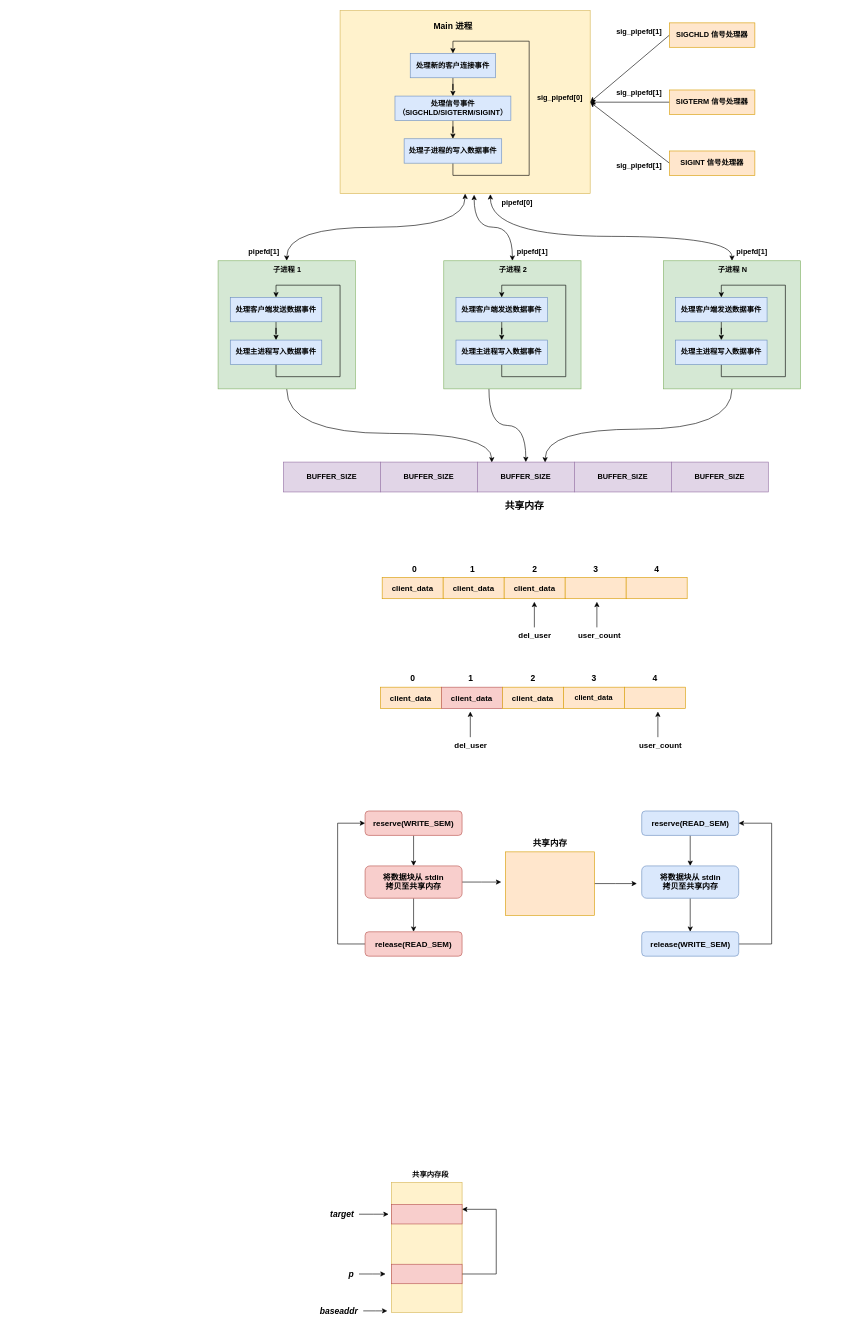
Before: 网络编程/服务器端编程/System_V_IPC_之共享内存_static/System V IPC.drawio in xuweilin2014/tech-blog, a draw.io diagram. Source tidied: cells renumbered, new cells numbered last; positions are measured from the earlier drawing's top-left corner, leaving out a move shared by most shapes. Both pictures are drawn from the tidied source at 61%, with x=0, y=0 at pixel (218, 10).
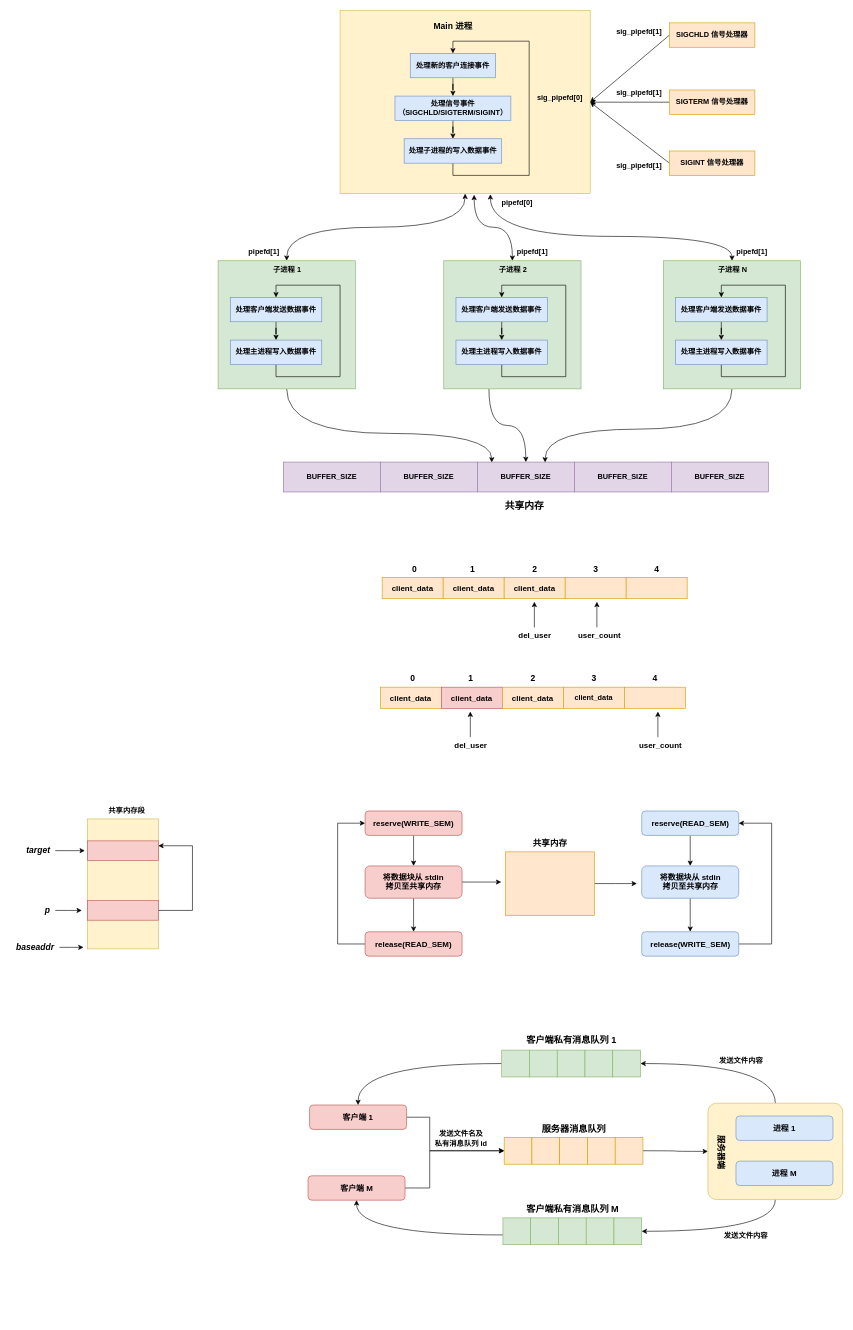
Above is the later version.

Commit message (it also covers changes not shown here):
System V IPC 之消息队列

What changed in the source:
```diff
@@
     <mxCell id="98" style="rounded=0;whiteSpace=wrap;html=1;fillColor=#fff2cc;strokeColor=#d6b656;" parent="1" vertex="1">
-      <mxGeometry x="284" y="1921" width="116" height="213" as="geometry" />
+      <mxGeometry x="-214" y="1325" width="116" height="213" as="geometry" />
     </mxCell>
     <mxCell id="99" style="rounded=0;whiteSpace=wrap;html=1;fillColor=#f8cecc;strokeColor=#b85450;" parent="1" vertex="1">
-      <mxGeometry x="284" y="1957" width="116" height="32" as="geometry" />
+      <mxGeometry x="-214" y="1361" width="116" height="32" as="geometry" />
     </mxCell>
     <mxCell id="100" style="edgeStyle=orthogonalEdgeStyle;rounded=0;jettySize=auto;html=1;entryX=1;entryY=0.25;entryDx=0;entryDy=0;" parent="1" edge="1" source="101" target="99">
       <mxGeometry relative="1" as="geometry">
         <Array as="points">
-          <mxPoint x="456" y="2071" />
-          <mxPoint x="456" y="1965" />
+          <mxPoint x="-42" y="1475" />
+          <mxPoint x="-42" y="1369" />
         </Array>
       </mxGeometry>
     </mxCell>
     <mxCell id="101" style="rounded=0;whiteSpace=wrap;html=1;fillColor=#f8cecc;strokeColor=#b85450;" parent="1" vertex="1">
-      <mxGeometry x="284" y="2055" width="116" height="32" as="geometry" />
+      <mxGeometry x="-214" y="1459" width="116" height="32" as="geometry" />
     </mxCell>
     <mxCell id="102" style="edgeStyle=orthogonalEdgeStyle;rounded=0;jettySize=auto;html=1;" parent="1" edge="1" source="103">
       <mxGeometry relative="1" as="geometry">
-        <mxPoint x="277.4" y="2131.5" as="targetPoint" />
+        <mxPoint x="-220.6" y="1535.5" as="targetPoint" />
       </mxGeometry>
     </mxCell>
     <mxCell id="103" value="&lt;font style=&quot;font-size: 14px;&quot;&gt;&lt;b&gt;&lt;i&gt;baseaddr&lt;/i&gt;&lt;/b&gt;&lt;/font&gt;" style="text;html=1;align=center;verticalAlign=middle;points=[];strokeColor=none;fillColor=none;" parent="1" vertex="1">
-      <mxGeometry x="158" y="2117" width="80" height="29" as="geometry" />
+      <mxGeometry x="-340" y="1521" width="80" height="29" as="geometry" />
     </mxCell>
     <mxCell id="104" style="edgeStyle=orthogonalEdgeStyle;rounded=0;jettySize=auto;html=1;" parent="1" edge="1" source="105">
       <mxGeometry relative="1" as="geometry">
-        <mxPoint x="274.6" y="2071" as="targetPoint" />
+        <mxPoint x="-223.4" y="1475" as="targetPoint" />
       </mxGeometry>
     </mxCell>
     <mxCell id="105" value="&lt;font style=&quot;font-size: 14px;&quot;&gt;&lt;b&gt;&lt;i&gt;p&lt;/i&gt;&lt;/b&gt;&lt;/font&gt;" style="text;html=1;align=center;verticalAlign=middle;points=[];strokeColor=none;fillColor=none;" parent="1" vertex="1">
-      <mxGeometry x="204" y="2056.5" width="27" height="29" as="geometry" />
+      <mxGeometry x="-294" y="1460.5" width="27" height="29" as="geometry" />
     </mxCell>
     <mxCell id="106" style="edgeStyle=orthogonalEdgeStyle;rounded=0;jettySize=auto;html=1;" parent="1" edge="1" source="107">
       <mxGeometry relative="1" as="geometry">
-        <mxPoint x="279.6" y="1973" as="targetPoint" />
+        <mxPoint x="-218.4" y="1377" as="targetPoint" />
       </mxGeometry>
     </mxCell>
     <mxCell id="107" value="&lt;font style=&quot;font-size: 14px;&quot;&gt;&lt;b&gt;&lt;i&gt;target&lt;/i&gt;&lt;/b&gt;&lt;/font&gt;" style="text;html=1;align=center;verticalAlign=middle;points=[];strokeColor=none;fillColor=none;" parent="1" vertex="1">
-      <mxGeometry x="174" y="1958.5" width="57" height="29" as="geometry" />
+      <mxGeometry x="-324" y="1362.5" width="57" height="29" as="geometry" />
     </mxCell>
     <mxCell id="108" value="&lt;b&gt;共享内存段&lt;/b&gt;" style="text;html=1;align=center;verticalAlign=middle;strokeColor=none;fillColor=none;" parent="1" vertex="1">
-      <mxGeometry x="309" y="1895" width="78" height="26" as="geometry" />
+      <mxGeometry x="-189" y="1299" width="78" height="26" as="geometry" />
     </mxCell>
+    <mxCell id="109" style="edgeStyle=orthogonalEdgeStyle;rounded=0;jettySize=auto;html=1;entryX=0;entryY=0.5;entryDx=0;entryDy=0;" parent="1" edge="1" source="110" target="113">
+      <mxGeometry relative="1" as="geometry">
+        <Array as="points">
+          <mxPoint x="347" y="1814" />
+          <mxPoint x="347" y="1869" />
+        </Array>
+      </mxGeometry>
+    </mxCell>
+    <mxCell id="110" value="&lt;b&gt;&lt;font style=&quot;font-size: 13px;&quot;&gt;客户端 1&lt;/font&gt;&lt;/b&gt;" style="rounded=1;whiteSpace=wrap;html=1;fillColor=#f8cecc;strokeColor=#b85450;" parent="1" vertex="1">
+      <mxGeometry x="150" y="1794" width="159" height="40" as="geometry" />
+    </mxCell>
+    <mxCell id="111" style="edgeStyle=orthogonalEdgeStyle;rounded=0;jettySize=auto;html=1;entryX=0;entryY=0.5;entryDx=0;entryDy=0;" parent="1" edge="1" source="112" target="113">
+      <mxGeometry relative="1" as="geometry">
+        <Array as="points">
+          <mxPoint x="347" y="1930" />
+          <mxPoint x="347" y="1869" />
+        </Array>
+      </mxGeometry>
+    </mxCell>
+    <mxCell id="112" value="&lt;b&gt;&lt;font style=&quot;font-size: 13px;&quot;&gt;客户端 M&lt;/font&gt;&lt;/b&gt;" style="rounded=1;whiteSpace=wrap;html=1;fillColor=#f8cecc;strokeColor=#b85450;" parent="1" vertex="1">
+      <mxGeometry x="147.5" y="1910" width="159" height="40" as="geometry" />
+    </mxCell>
+    <mxCell id="113" style="rounded=0;whiteSpace=wrap;html=1;fillColor=#ffe6cc;strokeColor=#d79b00;" parent="1" vertex="1">
+      <mxGeometry x="469" y="1847" width="45.5" height="44" as="geometry" />
+    </mxCell>
+    <mxCell id="114" style="rounded=0;whiteSpace=wrap;html=1;fillColor=#ffe6cc;strokeColor=#d79b00;" parent="1" vertex="1">
+      <mxGeometry x="514.5" y="1847" width="45.5" height="44" as="geometry" />
+    </mxCell>
+    <mxCell id="115" style="rounded=0;whiteSpace=wrap;html=1;fillColor=#ffe6cc;strokeColor=#d79b00;" parent="1" vertex="1">
+      <mxGeometry x="560" y="1847" width="45.5" height="44" as="geometry" />
+    </mxCell>
+    <mxCell id="116" style="rounded=0;whiteSpace=wrap;html=1;fillColor=#ffe6cc;strokeColor=#d79b00;" parent="1" vertex="1">
+      <mxGeometry x="605.5" y="1847" width="45.5" height="44" as="geometry" />
+    </mxCell>
+    <mxCell id="117" style="edgeStyle=orthogonalEdgeStyle;rounded=0;jettySize=auto;html=1;entryX=0;entryY=0.5;entryDx=0;entryDy=0;curved=1;" parent="1" edge="1" source="118" target="122">
+      <mxGeometry relative="1" as="geometry" />
+    </mxCell>
+    <mxCell id="118" style="rounded=0;whiteSpace=wrap;html=1;fillColor=#ffe6cc;strokeColor=#d79b00;" parent="1" vertex="1">
+      <mxGeometry x="651" y="1847" width="45.5" height="44" as="geometry" />
+    </mxCell>
+    <mxCell id="119" value="&lt;b&gt;&lt;font style=&quot;font-size: 15px;&quot;&gt;服务器消息队列&lt;/font&gt;&lt;/b&gt;" style="text;html=1;align=center;verticalAlign=middle;strokeColor=none;fillColor=none;" parent="1" vertex="1">
+      <mxGeometry x="521.2" y="1817" width="123" height="30" as="geometry" />
+    </mxCell>
+    <mxCell id="120" style="edgeStyle=orthogonalEdgeStyle;rounded=0;jettySize=auto;html=1;entryX=1;entryY=0.5;entryDx=0;entryDy=0;curved=1;exitX=0.5;exitY=0;exitDx=0;exitDy=0;" parent="1" edge="1" source="122" target="129">
+      <mxGeometry relative="1" as="geometry" />
+    </mxCell>
+    <mxCell id="121" style="edgeStyle=orthogonalEdgeStyle;rounded=0;jettySize=auto;html=1;entryX=1;entryY=0.5;entryDx=0;entryDy=0;curved=1;exitX=0.5;exitY=1;exitDx=0;exitDy=0;" parent="1" edge="1" source="122" target="135">
+      <mxGeometry relative="1" as="geometry" />
+    </mxCell>
+    <mxCell id="122" style="rounded=1;whiteSpace=wrap;html=1;fillColor=#fff2cc;strokeColor=#d6b656;arcSize=9;" parent="1" vertex="1">
+      <mxGeometry x="803" y="1791" width="221" height="158" as="geometry" />
+    </mxCell>
+    <mxCell id="123" value="&lt;b&gt;发送文件名及&lt;br&gt;私有消息队列 id&lt;/b&gt;" style="text;html=1;align=center;verticalAlign=middle;strokeColor=none;fillColor=none;" parent="1" vertex="1">
+      <mxGeometry x="345.5" y="1828" width="104" height="41" as="geometry" />
+    </mxCell>
+    <mxCell id="124" style="edgeStyle=orthogonalEdgeStyle;rounded=0;jettySize=auto;html=1;entryX=0.5;entryY=0;entryDx=0;entryDy=0;curved=1;" parent="1" edge="1" source="125" target="110">
+      <mxGeometry relative="1" as="geometry" />
+    </mxCell>
+    <mxCell id="125" style="rounded=0;whiteSpace=wrap;html=1;fillColor=#d5e8d4;strokeColor=#82b366;" parent="1" vertex="1">
+      <mxGeometry x="465" y="1704" width="45.5" height="44" as="geometry" />
+    </mxCell>
+    <mxCell id="126" style="rounded=0;whiteSpace=wrap;html=1;fillColor=#d5e8d4;strokeColor=#82b366;" parent="1" vertex="1">
+      <mxGeometry x="510.5" y="1704" width="45.5" height="44" as="geometry" />
+    </mxCell>
+    <mxCell id="127" style="rounded=0;whiteSpace=wrap;html=1;fillColor=#d5e8d4;strokeColor=#82b366;" parent="1" vertex="1">
+      <mxGeometry x="556" y="1704" width="45.5" height="44" as="geometry" />
+    </mxCell>
+    <mxCell id="128" style="rounded=0;whiteSpace=wrap;html=1;fillColor=#d5e8d4;strokeColor=#82b366;" parent="1" vertex="1">
+      <mxGeometry x="601.5" y="1704" width="45.5" height="44" as="geometry" />
+    </mxCell>
+    <mxCell id="129" style="rounded=0;whiteSpace=wrap;html=1;fillColor=#d5e8d4;strokeColor=#82b366;" parent="1" vertex="1">
+      <mxGeometry x="647" y="1704" width="45.5" height="44" as="geometry" />
+    </mxCell>
+    <mxCell id="130" style="edgeStyle=orthogonalEdgeStyle;rounded=0;jettySize=auto;html=1;entryX=0.5;entryY=1;entryDx=0;entryDy=0;curved=1;" parent="1" edge="1" source="131" target="112">
+      <mxGeometry relative="1" as="geometry">
+        <Array as="points">
+          <mxPoint x="227" y="2007" />
+        </Array>
+      </mxGeometry>
+    </mxCell>
+    <mxCell id="131" style="rounded=0;whiteSpace=wrap;html=1;fillColor=#d5e8d4;strokeColor=#82b366;" parent="1" vertex="1">
+      <mxGeometry x="467" y="1979" width="45.5" height="44" as="geometry" />
+    </mxCell>
+    <mxCell id="132" style="rounded=0;whiteSpace=wrap;html=1;fillColor=#d5e8d4;strokeColor=#82b366;" parent="1" vertex="1">
+      <mxGeometry x="512.5" y="1979" width="45.5" height="44" as="geometry" />
+    </mxCell>
+    <mxCell id="133" style="rounded=0;whiteSpace=wrap;html=1;fillColor=#d5e8d4;strokeColor=#82b366;" parent="1" vertex="1">
+      <mxGeometry x="558" y="1979" width="45.5" height="44" as="geometry" />
+    </mxCell>
+    <mxCell id="134" style="rounded=0;whiteSpace=wrap;html=1;fillColor=#d5e8d4;strokeColor=#82b366;" parent="1" vertex="1">
+      <mxGeometry x="603.5" y="1979" width="45.5" height="44" as="geometry" />
+    </mxCell>
+    <mxCell id="135" style="rounded=0;whiteSpace=wrap;html=1;fillColor=#d5e8d4;strokeColor=#82b366;" parent="1" vertex="1">
+      <mxGeometry x="649" y="1979" width="45.5" height="44" as="geometry" />
+    </mxCell>
+    <mxCell id="136" value="&lt;b&gt;发送文件内容&lt;/b&gt;" style="text;html=1;align=center;verticalAlign=middle;strokeColor=none;fillColor=none;" parent="1" vertex="1">
+      <mxGeometry x="820" y="1995" width="90" height="26" as="geometry" />
+    </mxCell>
+    <mxCell id="137" value="&lt;b&gt;发送文件内容&lt;/b&gt;" style="text;html=1;align=center;verticalAlign=middle;strokeColor=none;fillColor=none;" parent="1" vertex="1">
+      <mxGeometry x="812" y="1708" width="90" height="26" as="geometry" />
+    </mxCell>
+    <mxCell id="138" value="&lt;b&gt;&lt;font style=&quot;font-size: 15px;&quot;&gt;客户端私有消息队列 M&lt;/font&gt;&lt;/b&gt;" style="text;html=1;align=center;verticalAlign=middle;strokeColor=none;fillColor=none;" parent="1" vertex="1">
+      <mxGeometry x="496.2" y="1949" width="170" height="30" as="geometry" />
+    </mxCell>
+    <mxCell id="139" value="&lt;b&gt;&lt;font style=&quot;font-size: 15px;&quot;&gt;客户端私有消息队列 1&lt;/font&gt;&lt;/b&gt;" style="text;html=1;align=center;verticalAlign=middle;strokeColor=none;fillColor=none;" parent="1" vertex="1">
+      <mxGeometry x="495.8" y="1672" width="166" height="30" as="geometry" />
+    </mxCell>
+    <mxCell id="140" value="&lt;b&gt;&lt;font style=&quot;font-size: 13px;&quot;&gt;进程 1&lt;/font&gt;&lt;/b&gt;" style="rounded=1;whiteSpace=wrap;html=1;fillColor=#dae8fc;strokeColor=#6c8ebf;" parent="1" vertex="1">
+      <mxGeometry x="849" y="1812" width="159" height="40" as="geometry" />
+    </mxCell>
+    <mxCell id="141" value="&lt;b&gt;&lt;font style=&quot;font-size: 13px;&quot;&gt;进程 M&lt;/font&gt;&lt;/b&gt;" style="rounded=1;whiteSpace=wrap;html=1;fillColor=#dae8fc;strokeColor=#6c8ebf;" parent="1" vertex="1">
+      <mxGeometry x="849" y="1886" width="159" height="40" as="geometry" />
+    </mxCell>
+    <mxCell id="142" value="&lt;font size=&quot;1&quot; style=&quot;&quot;&gt;&lt;b style=&quot;font-size: 14px;&quot;&gt;服务器端&lt;/b&gt;&lt;/font&gt;" style="text;html=1;align=center;verticalAlign=middle;strokeColor=none;fillColor=none;rotation=90;" parent="1" vertex="1">
+      <mxGeometry x="789" y="1857" width="74" height="29" as="geometry" />
+    </mxCell>
```
